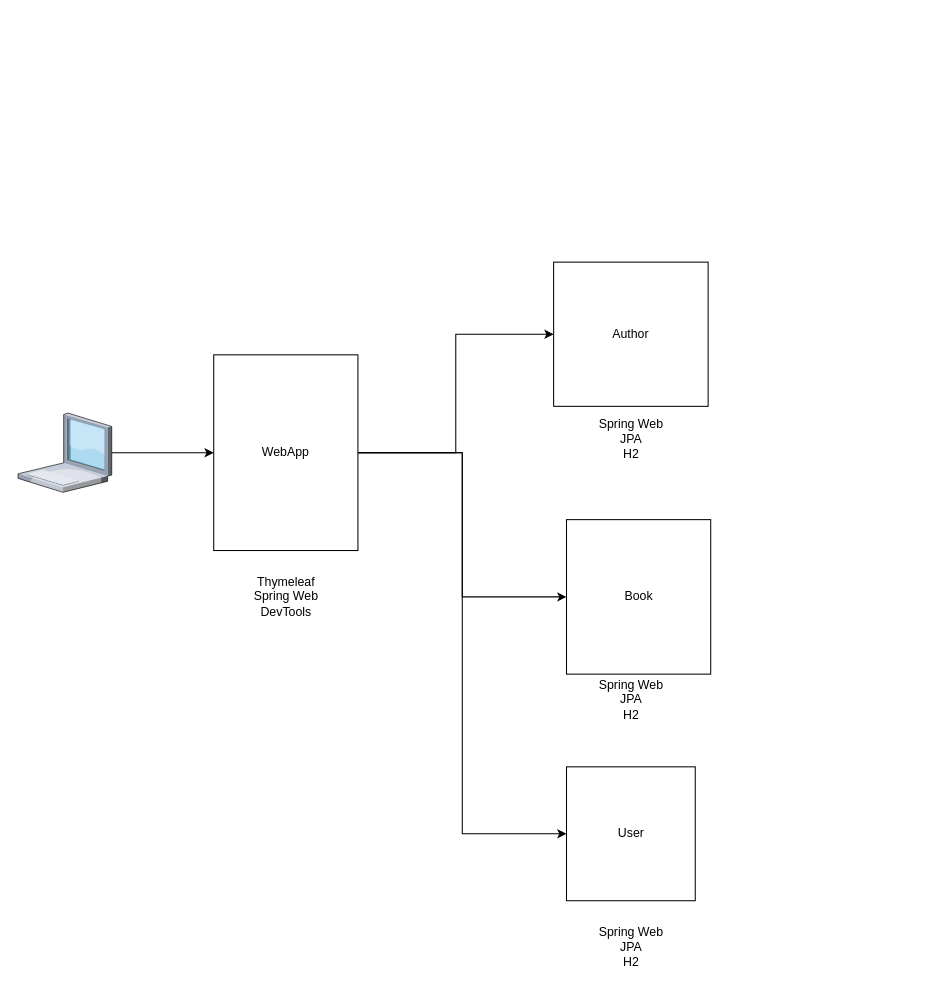
Earlier version of the draw.io diagram page "Demo-Microservice Architecture" (2 of 5) of Session/Day22.drawio (premjanjrukia03/nseit-2021-03). Source tidied: cells renumbered, new cells numbered last; positions are measured from the earlier drawing's top-left corner, leaving out a move shared by most shapes. Both pictures are drawn from the tidied source at 103%, with x=0, y=0 at pixel (18, 262).
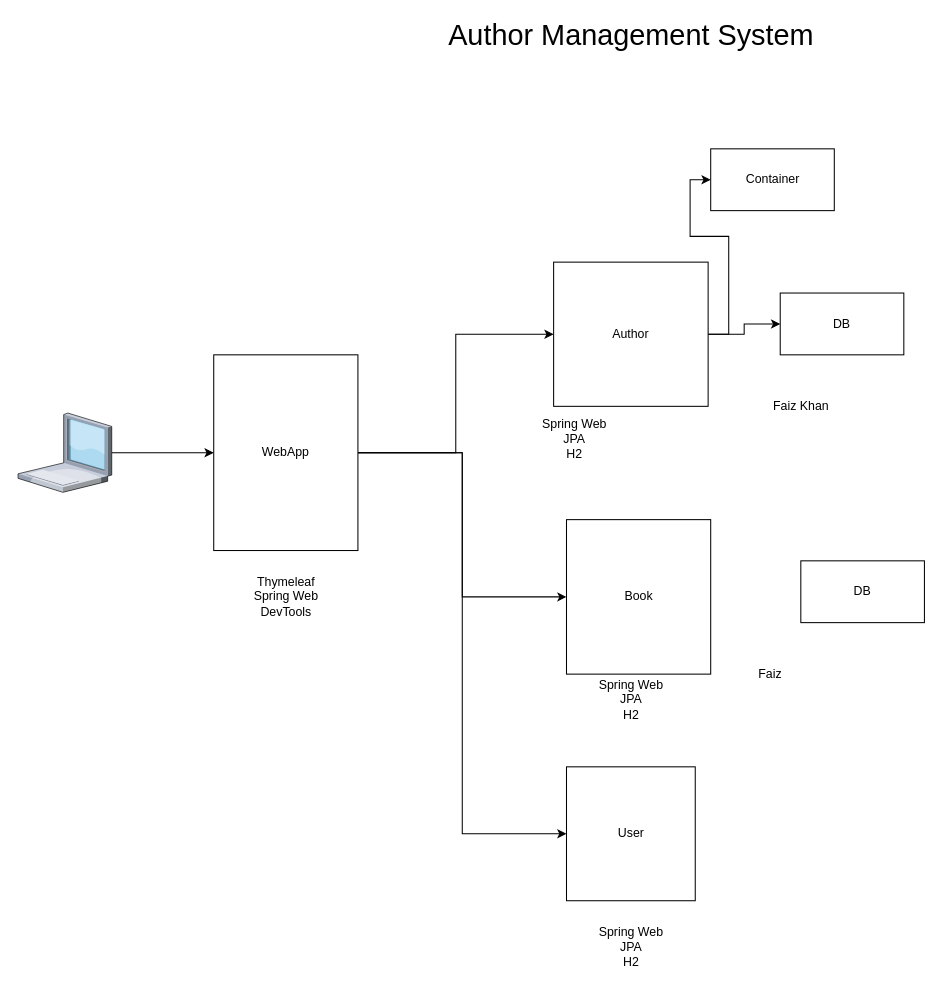
Above is the later version.

The change refers to these unchanged cells:
```xml
<mxCell id="7" value="Author" style="whiteSpace=wrap;html=1;" parent="1" vertex="1">
  <mxGeometry x="520" width="150" height="140" as="geometry" />
</mxCell>
```

What changed in the source:
```diff
@@
+    <mxCell id="15" style="edgeStyle=orthogonalEdgeStyle;rounded=0;jettySize=auto;html=1;entryX=0;entryY=0.5;entryDx=0;entryDy=0;" parent="1" edge="1" source="7" target="18">
+      <mxGeometry relative="1" as="geometry" />
+    </mxCell>
+    <mxCell id="16" style="edgeStyle=orthogonalEdgeStyle;rounded=0;jettySize=auto;html=1;" parent="1" edge="1" source="7" target="17">
+      <mxGeometry relative="1" as="geometry" />
+    </mxCell>
@@
     <mxCell id="12" value="Spring Web&lt;br&gt;JPA&lt;br&gt;H2" style="text;html=1;align=center;verticalAlign=middle;" parent="1" vertex="1">
-      <mxGeometry x="555" y="146.5" width="80" height="50" as="geometry" />
+      <mxGeometry x="500" y="146.5" width="80" height="50" as="geometry" />
     </mxCell>
@@
+    <mxCell id="17" value="DB" style="whiteSpace=wrap;html=1;" parent="1" vertex="1">
+      <mxGeometry x="740" y="30" width="120" height="60" as="geometry" />
+    </mxCell>
+    <mxCell id="18" value="Container" style="whiteSpace=wrap;html=1;" parent="1" vertex="1">
+      <mxGeometry x="672.5" y="-110" width="120" height="60" as="geometry" />
+    </mxCell>
+    <mxCell id="19" value="DB" style="whiteSpace=wrap;html=1;" parent="1" vertex="1">
+      <mxGeometry x="760" y="290" width="120" height="60" as="geometry" />
+    </mxCell>
+    <mxCell id="20" value="Faiz" style="text;html=1;align=center;verticalAlign=middle;" parent="1" vertex="1">
+      <mxGeometry x="710" y="390" width="40" height="20" as="geometry" />
+    </mxCell>
+    <mxCell id="21" value="Faiz Khan" style="text;html=1;align=center;verticalAlign=middle;" parent="1" vertex="1">
+      <mxGeometry x="725" y="130" width="70" height="20" as="geometry" />
+    </mxCell>
+    <mxCell id="22" value="&lt;font style=&quot;font-size: 28px&quot;&gt;Author Management System&lt;/font&gt;" style="text;html=1;align=center;verticalAlign=middle;" parent="1" vertex="1">
+      <mxGeometry x="410" y="-230" width="370" height="20" as="geometry" />
+    </mxCell>
```
